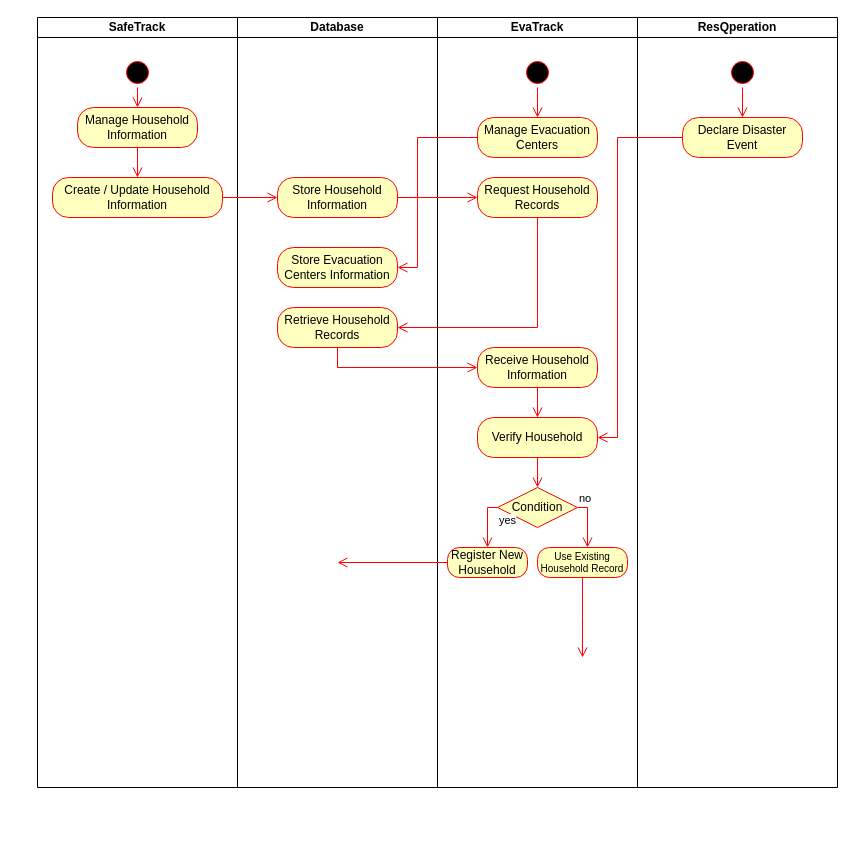
Before: page "Page-2" (2 of 2) of docs/sys.drawio in klint-droid/EvaTrack, a draw.io diagram. Source tidied: cells renumbered, new cells numbered last; positions are measured from the earlier drawing's top-left corner, leaving out a move shared by most shapes. Both pictures are drawn from the tidied source at 100%, with x=0, y=0 at pixel (37, 17).
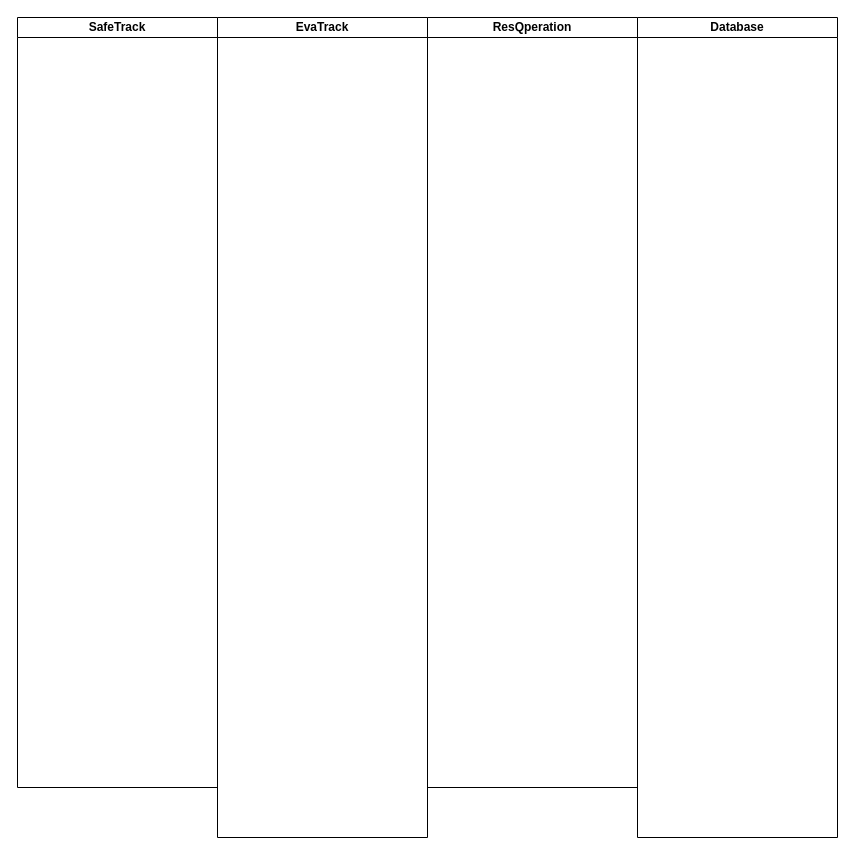
The same page after the edit.

The edit, as a diff of the source:
```diff
@@
     <mxCell id="2" value="SafeTrack" style="swimlane;startSize=20;whiteSpace=wrap;html=1;" parent="1" vertex="1">
-      <mxGeometry width="200" height="770" as="geometry" />
+      <mxGeometry x="-20" width="200" height="770" as="geometry" />
     </mxCell>
-    <mxCell id="3" style="ellipse;html=1;shape=startState;fillColor=#000000;strokeColor=#ff0000;" parent="2" vertex="1">
-      <mxGeometry x="85" y="40" width="30" height="30" as="geometry" />
-    </mxCell>
-    <mxCell id="4" style="edgeStyle=orthogonalEdgeStyle;html=1;verticalAlign=bottom;endArrow=open;endSize=8;strokeColor=#ff0000;rounded=0;defaultLabelBackgroundColor=page;labelPadding=0 4;entryX=0.5;entryY=0;entryDx=0;entryDy=0;" parent="2" edge="1" source="3" target="5">
-      <mxGeometry relative="1" as="geometry" />
-    </mxCell>
-    <mxCell id="5" value="Manage Household Information" style="rounded=1;whiteSpace=wrap;html=1;arcSize=40;fontColor=#000000;fillColor=#ffffc0;strokeColor=#ff0000;" parent="2" vertex="1">
-      <mxGeometry x="40" y="90" width="120" height="40" as="geometry" />
-    </mxCell>
-    <mxCell id="6" value="Create / Update Household Information" style="rounded=1;whiteSpace=wrap;html=1;arcSize=40;fontColor=#000000;fillColor=#ffffc0;strokeColor=#ff0000;" parent="2" vertex="1">
-      <mxGeometry x="15" y="160" width="170" height="40" as="geometry" />
-    </mxCell>
-    <mxCell id="7" style="edgeStyle=orthogonalEdgeStyle;html=1;verticalAlign=bottom;endArrow=open;endSize=8;strokeColor=#ff0000;rounded=0;defaultLabelBackgroundColor=page;labelPadding=0 4;" parent="2" edge="1" source="5" target="6">
-      <mxGeometry relative="1" as="geometry" />
-    </mxCell>
     <mxCell id="8" value="Database" style="swimlane;startSize=20;whiteSpace=wrap;html=1;" parent="1" vertex="1">
-      <mxGeometry x="200" width="200" height="770" as="geometry" />
+      <mxGeometry x="600" width="200" height="820" as="geometry" />
     </mxCell>
-    <mxCell id="9" value="Store Household Information" style="rounded=1;whiteSpace=wrap;html=1;arcSize=40;fontColor=#000000;fillColor=#ffffc0;strokeColor=#ff0000;" parent="8" vertex="1">
-      <mxGeometry x="40" y="160" width="120" height="40" as="geometry" />
-    </mxCell>
-    <mxCell id="10" value="Store Evacuation Centers Information" style="rounded=1;whiteSpace=wrap;html=1;arcSize=40;fontColor=#000000;fillColor=#ffffc0;strokeColor=#ff0000;" parent="8" vertex="1">
-      <mxGeometry x="40" y="230" width="120" height="40" as="geometry" />
-    </mxCell>
-    <mxCell id="11" value="Retrieve Household Records" style="rounded=1;whiteSpace=wrap;html=1;arcSize=40;fontColor=#000000;fillColor=#ffffc0;strokeColor=#ff0000;" parent="8" vertex="1">
-      <mxGeometry x="40" y="290" width="120" height="40" as="geometry" />
-    </mxCell>
     <mxCell id="12" value="EvaTrack" style="swimlane;startSize=20;whiteSpace=wrap;html=1;" parent="1" vertex="1">
-      <mxGeometry x="400" width="200" height="770" as="geometry" />
+      <mxGeometry x="180" width="210" height="820" as="geometry" />
     </mxCell>
-    <mxCell id="13" style="ellipse;html=1;shape=startState;fillColor=#000000;strokeColor=#ff0000;" parent="12" vertex="1">
-      <mxGeometry x="85" y="40" width="30" height="30" as="geometry" />
-    </mxCell>
-    <mxCell id="14" style="edgeStyle=orthogonalEdgeStyle;html=1;verticalAlign=bottom;endArrow=open;endSize=8;strokeColor=#ff0000;rounded=0;defaultLabelBackgroundColor=page;labelPadding=0 4;" parent="12" edge="1" source="13" target="15">
-      <mxGeometry relative="1" as="geometry" />
-    </mxCell>
-    <mxCell id="15" value="Manage Evacuation Centers" style="rounded=1;whiteSpace=wrap;html=1;arcSize=40;fontColor=#000000;fillColor=#ffffc0;strokeColor=#ff0000;" parent="12" vertex="1">
-      <mxGeometry x="40" y="100" width="120" height="40" as="geometry" />
-    </mxCell>
-    <mxCell id="16" value="Request Household Records" style="rounded=1;whiteSpace=wrap;html=1;arcSize=40;fontColor=#000000;fillColor=#ffffc0;strokeColor=#ff0000;" parent="12" vertex="1">
-      <mxGeometry x="40" y="160" width="120" height="40" as="geometry" />
-    </mxCell>
-    <mxCell id="17" value="Receive Household Information" style="rounded=1;whiteSpace=wrap;html=1;arcSize=40;fontColor=#000000;fillColor=#ffffc0;strokeColor=#ff0000;" parent="12" vertex="1">
-      <mxGeometry x="40" y="330" width="120" height="40" as="geometry" />
-    </mxCell>
-    <mxCell id="18" style="edgeStyle=orthogonalEdgeStyle;html=1;verticalAlign=bottom;endArrow=open;endSize=8;strokeColor=#ff0000;rounded=0;defaultLabelBackgroundColor=page;labelPadding=0 4;entryX=0.5;entryY=0;entryDx=0;entryDy=0;" parent="12" edge="1" source="17" target="19">
-      <mxGeometry relative="1" as="geometry" />
-    </mxCell>
-    <mxCell id="19" value="Verify Household" style="rounded=1;whiteSpace=wrap;html=1;arcSize=40;fontColor=#000000;fillColor=#ffffc0;strokeColor=#ff0000;" parent="12" vertex="1">
-      <mxGeometry x="40" y="400" width="120" height="40" as="geometry" />
-    </mxCell>
-    <mxCell id="20" style="edgeStyle=orthogonalEdgeStyle;html=1;verticalAlign=bottom;endArrow=open;endSize=8;strokeColor=#ff0000;rounded=0;defaultLabelBackgroundColor=page;labelPadding=0 4;entryX=0.5;entryY=0;entryDx=0;entryDy=0;" parent="12" edge="1" source="19" target="21">
-      <mxGeometry relative="1" as="geometry" />
-    </mxCell>
-    <mxCell id="21" value="Condition" style="rhombus;whiteSpace=wrap;html=1;fontColor=#000000;fillColor=#ffffc0;strokeColor=#ff0000;" parent="12" vertex="1">
-      <mxGeometry x="60" y="470" width="80" height="40" as="geometry" />
-    </mxCell>
-    <mxCell id="22" value="no" style="edgeStyle=orthogonalEdgeStyle;html=1;align=left;verticalAlign=bottom;endArrow=open;endSize=8;strokeColor=#ff0000;rounded=0;defaultLabelBackgroundColor=page;labelPadding=0 4;exitX=1;exitY=0.5;exitDx=0;exitDy=0;" parent="12" edge="1" source="21" target="26">
-      <mxGeometry x="-1" relative="1" as="geometry">
-        <Array as="points">
-          <mxPoint x="150" y="490" />
-        </Array>
-      </mxGeometry>
-    </mxCell>
-    <mxCell id="23" value="yes" style="edgeStyle=orthogonalEdgeStyle;html=1;align=left;verticalAlign=top;endArrow=open;endSize=8;strokeColor=#ff0000;rounded=0;defaultLabelBackgroundColor=page;labelPadding=0 4;exitX=0;exitY=0.5;exitDx=0;exitDy=0;entryX=0.5;entryY=0;entryDx=0;entryDy=0;" parent="12" edge="1" source="21" target="24">
-      <mxGeometry x="-1" relative="1" as="geometry" />
-    </mxCell>
-    <mxCell id="24" value="Register New Household" style="rounded=1;whiteSpace=wrap;html=1;arcSize=40;fontColor=#000000;fillColor=#ffffc0;strokeColor=#ff0000;" parent="12" vertex="1">
-      <mxGeometry x="10" y="530" width="80" height="30" as="geometry" />
-    </mxCell>
-    <mxCell id="25" style="edgeStyle=orthogonalEdgeStyle;html=1;verticalAlign=bottom;endArrow=open;endSize=8;strokeColor=#ff0000;rounded=0;defaultLabelBackgroundColor=page;labelPadding=0 4;exitX=0;exitY=0.5;exitDx=0;exitDy=0;" parent="12" edge="1" source="24">
-      <mxGeometry relative="1" as="geometry">
-        <mxPoint x="-100" y="545" as="targetPoint" />
-      </mxGeometry>
-    </mxCell>
-    <mxCell id="26" value="Use Existing Household Record" style="rounded=1;whiteSpace=wrap;html=1;arcSize=40;fontColor=#000000;fillColor=#ffffc0;strokeColor=#ff0000;fontSize=10;" parent="12" vertex="1">
-      <mxGeometry x="100" y="530" width="90" height="30" as="geometry" />
-    </mxCell>
-    <mxCell id="27" style="edgeStyle=orthogonalEdgeStyle;html=1;verticalAlign=bottom;endArrow=open;endSize=8;strokeColor=#ff0000;rounded=0;defaultLabelBackgroundColor=page;labelPadding=0 4;" parent="12" edge="1" source="26">
-      <mxGeometry relative="1" as="geometry">
-        <mxPoint x="145" y="640" as="targetPoint" />
-      </mxGeometry>
-    </mxCell>
     <mxCell id="28" value="ResQperation" style="swimlane;startSize=20;whiteSpace=wrap;html=1;" parent="1" vertex="1">
-      <mxGeometry x="600" width="200" height="770" as="geometry" />
+      <mxGeometry x="390" width="210" height="770" as="geometry" />
     </mxCell>
-    <mxCell id="29" style="ellipse;html=1;shape=startState;fillColor=#000000;strokeColor=#ff0000;" parent="28" vertex="1">
-      <mxGeometry x="90" y="40" width="30" height="30" as="geometry" />
-    </mxCell>
-    <mxCell id="30" style="edgeStyle=orthogonalEdgeStyle;html=1;verticalAlign=bottom;endArrow=open;endSize=8;strokeColor=#ff0000;rounded=0;defaultLabelBackgroundColor=page;labelPadding=0 4;entryX=0.5;entryY=0;entryDx=0;entryDy=0;" parent="28" edge="1" source="29" target="31">
-      <mxGeometry relative="1" as="geometry" />
-    </mxCell>
-    <mxCell id="31" value="Declare Disaster Event" style="rounded=1;whiteSpace=wrap;html=1;arcSize=40;fontColor=#000000;fillColor=#ffffc0;strokeColor=#ff0000;" parent="28" vertex="1">
-      <mxGeometry x="45" y="100" width="120" height="40" as="geometry" />
-    </mxCell>
-    <mxCell id="32" style="edgeStyle=orthogonalEdgeStyle;html=1;verticalAlign=bottom;endArrow=open;endSize=8;strokeColor=#ff0000;rounded=0;defaultLabelBackgroundColor=page;labelPadding=0 4;entryX=0;entryY=0.5;entryDx=0;entryDy=0;" parent="1" edge="1" source="6" target="9">
-      <mxGeometry relative="1" as="geometry" />
-    </mxCell>
-    <mxCell id="33" style="edgeStyle=orthogonalEdgeStyle;html=1;verticalAlign=bottom;endArrow=open;endSize=8;strokeColor=#ff0000;rounded=0;defaultLabelBackgroundColor=page;labelPadding=0 4;entryX=1;entryY=0.5;entryDx=0;entryDy=0;exitX=0;exitY=0.5;exitDx=0;exitDy=0;" parent="1" edge="1" source="15" target="10">
-      <mxGeometry x="0.63" relative="1" as="geometry">
-        <Array as="points">
-          <mxPoint x="380" y="120" />
-          <mxPoint x="380" y="250" />
-        </Array>
-      </mxGeometry>
-    </mxCell>
-    <mxCell id="34" style="edgeStyle=orthogonalEdgeStyle;html=1;verticalAlign=bottom;endArrow=open;endSize=8;strokeColor=#ff0000;rounded=0;defaultLabelBackgroundColor=page;labelPadding=0 4;entryX=0;entryY=0.5;entryDx=0;entryDy=0;exitX=1;exitY=0.5;exitDx=0;exitDy=0;" parent="1" edge="1" source="9" target="16">
-      <mxGeometry x="-0.76" relative="1" as="geometry">
-        <Array as="points">
-          <mxPoint x="440" y="180" />
-        </Array>
-      </mxGeometry>
-    </mxCell>
-    <mxCell id="35" style="edgeStyle=orthogonalEdgeStyle;html=1;verticalAlign=bottom;endArrow=open;endSize=8;strokeColor=#ff0000;rounded=0;defaultLabelBackgroundColor=page;labelPadding=0 4;entryX=1;entryY=0.5;entryDx=0;entryDy=0;" parent="1" edge="1" source="16" target="11">
-      <mxGeometry relative="1" as="geometry">
-        <Array as="points">
-          <mxPoint x="500" y="310" />
-        </Array>
-      </mxGeometry>
-    </mxCell>
-    <mxCell id="36" style="edgeStyle=orthogonalEdgeStyle;html=1;verticalAlign=bottom;endArrow=open;endSize=8;strokeColor=#ff0000;rounded=0;defaultLabelBackgroundColor=page;labelPadding=0 4;exitX=0.5;exitY=1;exitDx=0;exitDy=0;entryX=0;entryY=0.5;entryDx=0;entryDy=0;" parent="1" edge="1" source="11" target="17">
-      <mxGeometry x="0.82" relative="1" as="geometry" />
-    </mxCell>
-    <mxCell id="37" style="edgeStyle=orthogonalEdgeStyle;html=1;verticalAlign=bottom;endArrow=open;endSize=8;strokeColor=#ff0000;rounded=0;defaultLabelBackgroundColor=page;labelPadding=0 4;entryX=1;entryY=0.5;entryDx=0;entryDy=0;" parent="1" edge="1" source="31" target="19">
-      <mxGeometry relative="1" as="geometry">
-        <Array as="points">
-          <mxPoint x="580" y="120" />
-          <mxPoint x="580" y="420" />
-        </Array>
-      </mxGeometry>
-    </mxCell>
```
